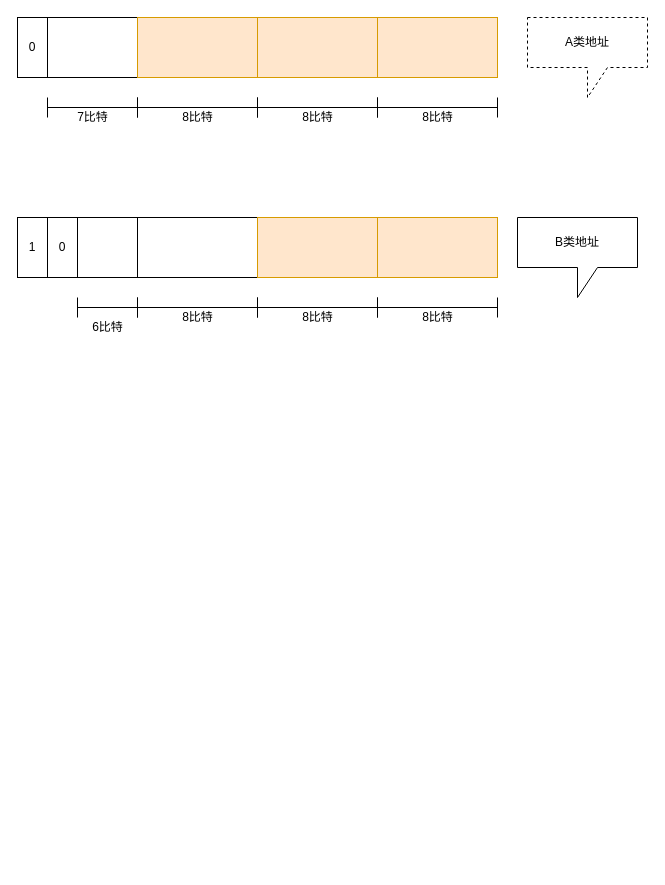
The draw.io diagram ipType.drawio in LmyPotato/Image, before the edit. Source tidied: cells renumbered, new cells numbered last; positions are measured from the earlier drawing's top-left corner, leaving out a move shared by most shapes. Both pictures are drawn from the tidied source at 100%, with x=0, y=0 at pixel (17, 17).
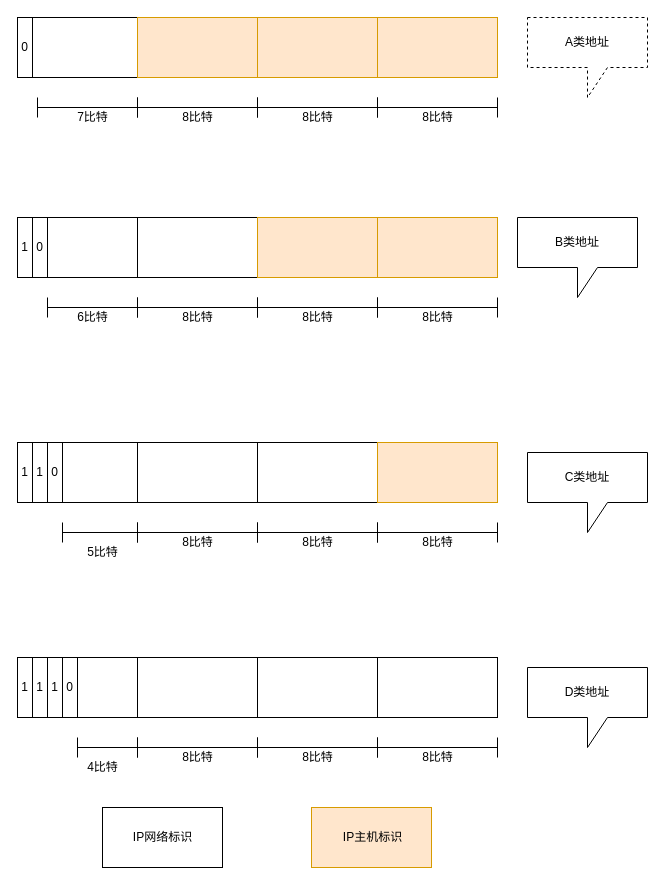
The same diagram, later.

What changed in the source:
```diff
@@
     <mxCell id="13" style="shape=crossbar;whiteSpace=wrap;html=1;rounded=1;" parent="1" vertex="1">
-      <mxGeometry x="30" y="80" width="90" height="20" as="geometry" />
+      <mxGeometry x="20" y="80" width="100" height="20" as="geometry" />
     </mxCell>
@@
     <mxCell id="15" value="0" style="rounded=0;whiteSpace=wrap;html=1;" parent="1" vertex="1">
-      <mxGeometry width="30" height="60" as="geometry" />
+      <mxGeometry width="15" height="60" as="geometry" />
     </mxCell>
@@
     <mxCell id="24" value="1" style="rounded=0;whiteSpace=wrap;html=1;" parent="1" vertex="1">
-      <mxGeometry y="200" width="30" height="60" as="geometry" />
+      <mxGeometry y="200" width="15" height="60" as="geometry" />
     </mxCell>
     <mxCell id="25" value="0" style="rounded=0;whiteSpace=wrap;html=1;" parent="1" vertex="1">
-      <mxGeometry x="30" y="200" width="30" height="60" as="geometry" />
+      <mxGeometry x="15" y="200" width="15" height="60" as="geometry" />
     </mxCell>
@@
     <mxCell id="28" style="shape=crossbar;whiteSpace=wrap;html=1;rounded=1;" parent="1" vertex="1">
-      <mxGeometry x="60" y="280" width="60" height="20" as="geometry" />
+      <mxGeometry x="30" y="280" width="90" height="20" as="geometry" />
     </mxCell>
     <mxCell id="29" value="6比特" style="text;html=1;align=center;verticalAlign=middle;fillColor=none;strokeColor=none;rounded=0;" parent="1" vertex="1">
-      <mxGeometry x="65" y="300" width="50" height="20" as="geometry" />
+      <mxGeometry x="50" y="290" width="50" height="20" as="geometry" />
     </mxCell>
@@
+    <mxCell id="31" style="rounded=0;whiteSpace=wrap;html=1;" parent="1" vertex="1">
+      <mxGeometry y="425" width="120" height="60" as="geometry" />
+    </mxCell>
+    <mxCell id="32" style="rounded=0;whiteSpace=wrap;html=1;" parent="1" vertex="1">
+      <mxGeometry x="120" y="425" width="120" height="60" as="geometry" />
+    </mxCell>
+    <mxCell id="33" style="rounded=0;whiteSpace=wrap;html=1;" parent="1" vertex="1">
+      <mxGeometry x="240" y="425" width="120" height="60" as="geometry" />
+    </mxCell>
+    <mxCell id="34" style="rounded=0;whiteSpace=wrap;html=1;fillColor=#ffe6cc;strokeColor=#d79b00;" parent="1" vertex="1">
+      <mxGeometry x="360" y="425" width="120" height="60" as="geometry" />
+    </mxCell>
+    <mxCell id="35" style="shape=crossbar;whiteSpace=wrap;html=1;rounded=1;" parent="1" vertex="1">
+      <mxGeometry x="240" y="505" width="120" height="20" as="geometry" />
+    </mxCell>
+    <mxCell id="36" value="8比特" style="text;html=1;align=center;verticalAlign=middle;fillColor=none;strokeColor=none;rounded=0;" parent="1" vertex="1">
+      <mxGeometry x="275" y="515" width="50" height="20" as="geometry" />
+    </mxCell>
+    <mxCell id="37" style="shape=crossbar;whiteSpace=wrap;html=1;rounded=1;" parent="1" vertex="1">
+      <mxGeometry x="360" y="505" width="120" height="20" as="geometry" />
+    </mxCell>
+    <mxCell id="38" value="8比特" style="text;html=1;align=center;verticalAlign=middle;fillColor=none;strokeColor=none;rounded=0;dashed=1;" parent="1" vertex="1">
+      <mxGeometry x="395" y="515" width="50" height="20" as="geometry" />
+    </mxCell>
+    <mxCell id="39" value="1" style="rounded=0;whiteSpace=wrap;html=1;" parent="1" vertex="1">
+      <mxGeometry y="425" width="15" height="60" as="geometry" />
+    </mxCell>
+    <mxCell id="40" value="1" style="rounded=0;whiteSpace=wrap;html=1;" parent="1" vertex="1">
+      <mxGeometry x="15" y="425" width="15" height="60" as="geometry" />
+    </mxCell>
+    <mxCell id="41" style="shape=crossbar;whiteSpace=wrap;html=1;rounded=1;" parent="1" vertex="1">
+      <mxGeometry x="120" y="505" width="120" height="20" as="geometry" />
+    </mxCell>
+    <mxCell id="42" value="8比特" style="text;html=1;align=center;verticalAlign=middle;fillColor=none;strokeColor=none;rounded=0;" parent="1" vertex="1">
+      <mxGeometry x="155" y="515" width="50" height="20" as="geometry" />
+    </mxCell>
+    <mxCell id="43" style="shape=crossbar;whiteSpace=wrap;html=1;rounded=1;" parent="1" vertex="1">
+      <mxGeometry x="45" y="505" width="75" height="20" as="geometry" />
+    </mxCell>
+    <mxCell id="44" value="5比特" style="text;html=1;align=center;verticalAlign=middle;fillColor=none;strokeColor=none;rounded=0;" parent="1" vertex="1">
+      <mxGeometry x="60" y="525" width="50" height="20" as="geometry" />
+    </mxCell>
+    <mxCell id="45" value="C类地址" style="shape=callout;whiteSpace=wrap;html=1;perimeter=calloutPerimeter;" parent="1" vertex="1">
+      <mxGeometry x="510" y="435" width="120" height="80" as="geometry" />
+    </mxCell>
+    <mxCell id="46" value="0" style="rounded=0;whiteSpace=wrap;html=1;" parent="1" vertex="1">
+      <mxGeometry x="30" y="425" width="15" height="60" as="geometry" />
+    </mxCell>
+    <mxCell id="47" style="rounded=0;whiteSpace=wrap;html=1;" parent="1" vertex="1">
+      <mxGeometry y="640" width="120" height="60" as="geometry" />
+    </mxCell>
+    <mxCell id="48" style="rounded=0;whiteSpace=wrap;html=1;" parent="1" vertex="1">
+      <mxGeometry x="120" y="640" width="120" height="60" as="geometry" />
+    </mxCell>
+    <mxCell id="49" style="rounded=0;whiteSpace=wrap;html=1;" parent="1" vertex="1">
+      <mxGeometry x="240" y="640" width="120" height="60" as="geometry" />
+    </mxCell>
+    <mxCell id="50" style="rounded=0;whiteSpace=wrap;html=1;" parent="1" vertex="1">
+      <mxGeometry x="360" y="640" width="120" height="60" as="geometry" />
+    </mxCell>
+    <mxCell id="51" style="shape=crossbar;whiteSpace=wrap;html=1;rounded=1;" parent="1" vertex="1">
+      <mxGeometry x="240" y="720" width="120" height="20" as="geometry" />
+    </mxCell>
+    <mxCell id="52" value="8比特" style="text;html=1;align=center;verticalAlign=middle;fillColor=none;strokeColor=none;rounded=0;" parent="1" vertex="1">
+      <mxGeometry x="275" y="730" width="50" height="20" as="geometry" />
+    </mxCell>
+    <mxCell id="53" style="shape=crossbar;whiteSpace=wrap;html=1;rounded=1;" parent="1" vertex="1">
+      <mxGeometry x="360" y="720" width="120" height="20" as="geometry" />
+    </mxCell>
+    <mxCell id="54" value="8比特" style="text;html=1;align=center;verticalAlign=middle;fillColor=none;strokeColor=none;rounded=0;dashed=1;" parent="1" vertex="1">
+      <mxGeometry x="395" y="730" width="50" height="20" as="geometry" />
+    </mxCell>
+    <mxCell id="55" value="1" style="rounded=0;whiteSpace=wrap;html=1;" parent="1" vertex="1">
+      <mxGeometry y="640" width="15" height="60" as="geometry" />
+    </mxCell>
+    <mxCell id="56" value="1" style="rounded=0;whiteSpace=wrap;html=1;" parent="1" vertex="1">
+      <mxGeometry x="15" y="640" width="15" height="60" as="geometry" />
+    </mxCell>
+    <mxCell id="57" style="shape=crossbar;whiteSpace=wrap;html=1;rounded=1;" parent="1" vertex="1">
+      <mxGeometry x="120" y="720" width="120" height="20" as="geometry" />
+    </mxCell>
+    <mxCell id="58" value="8比特" style="text;html=1;align=center;verticalAlign=middle;fillColor=none;strokeColor=none;rounded=0;" parent="1" vertex="1">
+      <mxGeometry x="155" y="730" width="50" height="20" as="geometry" />
+    </mxCell>
+    <mxCell id="59" style="shape=crossbar;whiteSpace=wrap;html=1;rounded=1;" parent="1" vertex="1">
+      <mxGeometry x="60" y="720" width="60" height="20" as="geometry" />
+    </mxCell>
+    <mxCell id="60" value="4比特" style="text;html=1;align=center;verticalAlign=middle;fillColor=none;strokeColor=none;rounded=0;" parent="1" vertex="1">
+      <mxGeometry x="60" y="740" width="50" height="20" as="geometry" />
+    </mxCell>
+    <mxCell id="61" value="D类地址" style="shape=callout;whiteSpace=wrap;html=1;perimeter=calloutPerimeter;" parent="1" vertex="1">
+      <mxGeometry x="510" y="650" width="120" height="80" as="geometry" />
+    </mxCell>
+    <mxCell id="62" value="1" style="rounded=0;whiteSpace=wrap;html=1;" parent="1" vertex="1">
+      <mxGeometry x="30" y="640" width="15" height="60" as="geometry" />
+    </mxCell>
+    <mxCell id="63" value="0" style="rounded=0;whiteSpace=wrap;html=1;" parent="1" vertex="1">
+      <mxGeometry x="45" y="640" width="15" height="60" as="geometry" />
+    </mxCell>
+    <mxCell id="64" style="rounded=0;whiteSpace=wrap;html=1;" parent="1" vertex="1">
+      <mxGeometry x="85" y="790" width="120" height="60" as="geometry" />
+    </mxCell>
+    <mxCell id="65" style="rounded=0;whiteSpace=wrap;html=1;fillColor=#ffe6cc;strokeColor=#d79b00;" parent="1" vertex="1">
+      <mxGeometry x="294" y="790" width="120" height="60" as="geometry" />
+    </mxCell>
+    <mxCell id="66" value="IP主机标识" style="text;html=1;align=center;verticalAlign=middle;fillColor=none;strokeColor=none;rounded=0;" parent="1" vertex="1">
+      <mxGeometry x="320" y="810" width="70" height="20" as="geometry" />
+    </mxCell>
+    <mxCell id="67" value="IP网络标识" style="text;html=1;align=center;verticalAlign=middle;fillColor=none;strokeColor=none;rounded=0;" parent="1" vertex="1">
+      <mxGeometry x="110" y="810" width="70" height="20" as="geometry" />
+    </mxCell>
```
